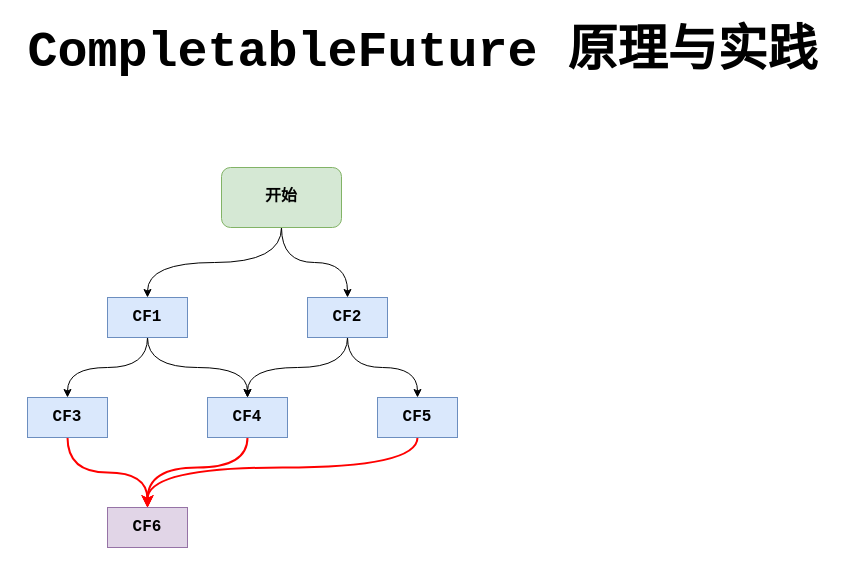
Before: 技术文档.drawio in Ocsio/draw-io, a draw.io diagram. Source tidied: cells renumbered, new cells numbered last; positions are measured from the earlier drawing's top-left corner, leaving out a move shared by most shapes. Both pictures are drawn from the tidied source at 100%, with x=0, y=0 at pixel (17, 17).
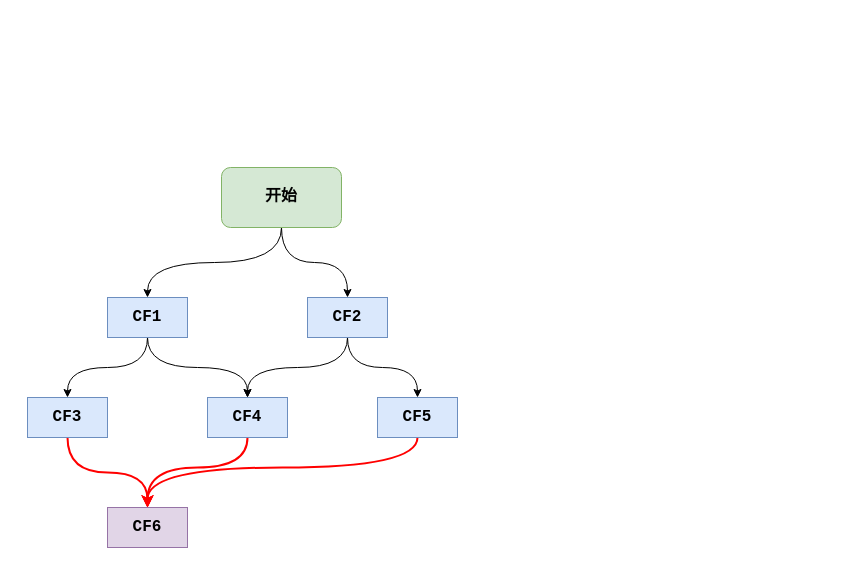
After the change.

Commit message:
更新技术文档.drawio

What changed in the source:
```diff
@@
-    <mxCell id="2" value="&lt;font face=&quot;Courier New&quot; style=&quot;font-size: 50px;&quot;&gt;&lt;b&gt;CompletableFuture 原理与实践&lt;/b&gt;&lt;/font&gt;" style="text;html=1;align=center;verticalAlign=middle;strokeColor=none;fillColor=none;" parent="1" vertex="1">
-      <mxGeometry width="810" height="70" as="geometry" />
-    </mxCell>
```
